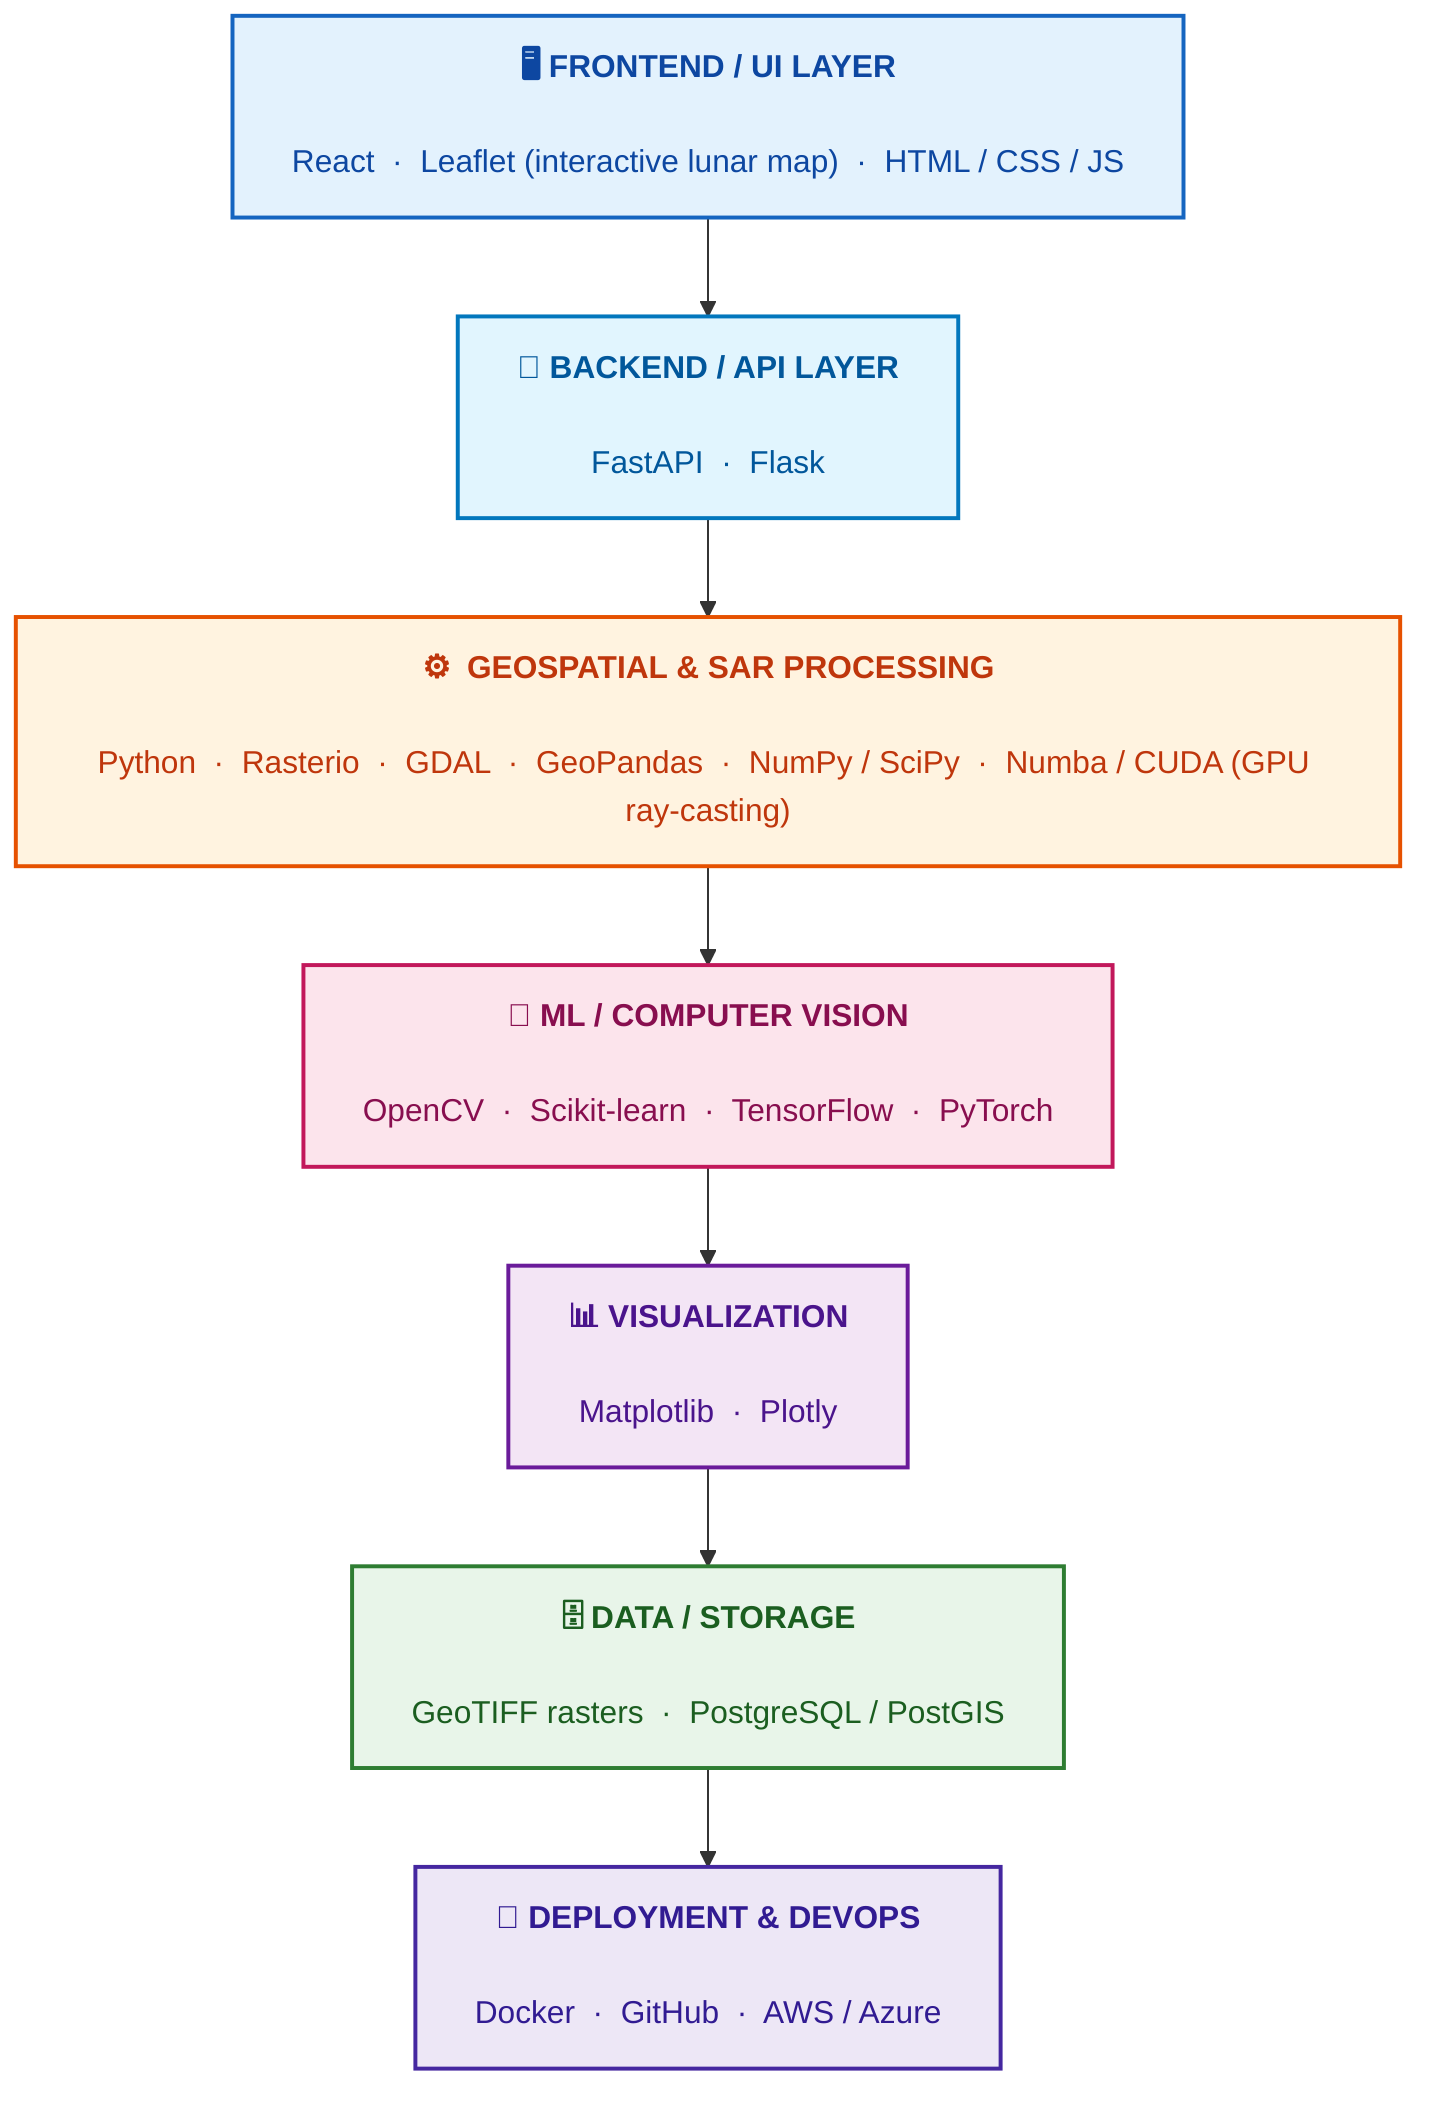
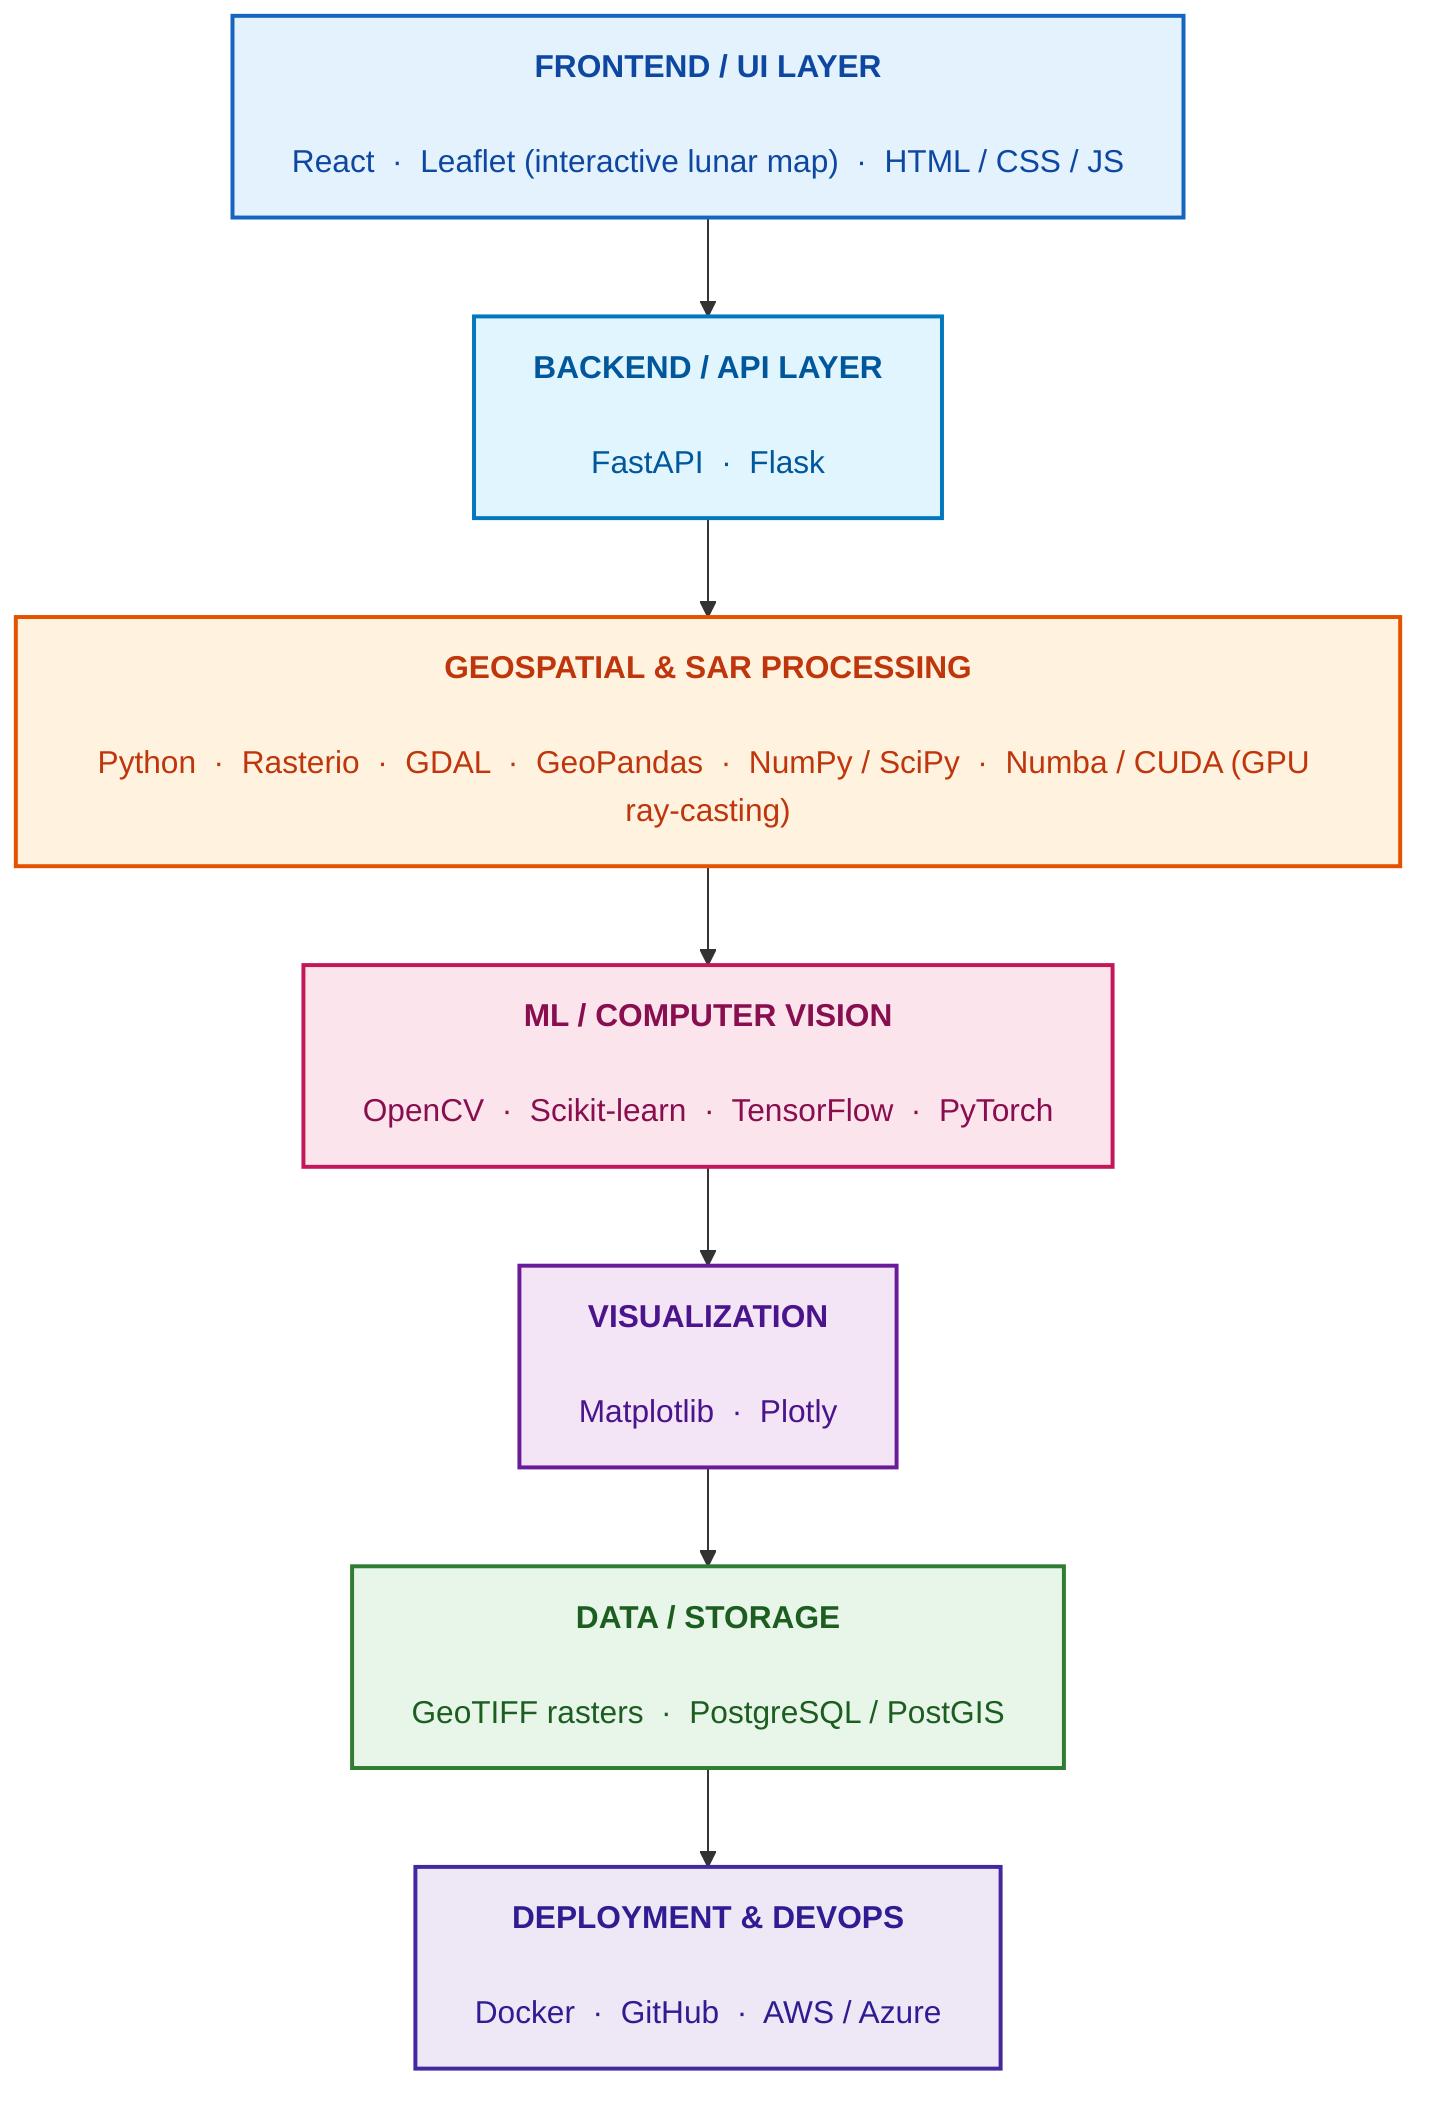
%%{init: {'flowchart': {'wrappingWidth': 640}}}%%
flowchart TB
-     FE["<b>🖥️  FRONTEND / UI LAYER</b><br/><br/>React &nbsp;·&nbsp; Leaflet (interactive lunar map) &nbsp;·&nbsp; HTML / CSS / JS"]
-     API["<b>🔌  BACKEND / API LAYER</b><br/><br/>FastAPI &nbsp;·&nbsp; Flask"]
-     PROC["<b>⚙️  GEOSPATIAL & SAR PROCESSING</b><br/><br/>Python &nbsp;·&nbsp; Rasterio &nbsp;·&nbsp; GDAL &nbsp;·&nbsp; GeoPandas &nbsp;·&nbsp; NumPy / SciPy &nbsp;·&nbsp; Numba / CUDA (GPU ray-casting)"]
-     MLV["<b>🤖  ML / COMPUTER VISION</b><br/><br/>OpenCV &nbsp;·&nbsp; Scikit-learn &nbsp;·&nbsp; TensorFlow &nbsp;·&nbsp; PyTorch"]
-     VIZ["<b>📊  VISUALIZATION</b><br/><br/>Matplotlib &nbsp;·&nbsp; Plotly"]
-     DATA["<b>🗄️  DATA / STORAGE</b><br/><br/>GeoTIFF rasters &nbsp;·&nbsp; PostgreSQL / PostGIS"]
-     DEP["<b>🚀  DEPLOYMENT & DEVOPS</b><br/><br/>Docker &nbsp;·&nbsp; GitHub &nbsp;·&nbsp; AWS / Azure"]
+     FE["<b>FRONTEND / UI LAYER</b><br/><br/>React &nbsp;·&nbsp; Leaflet (interactive lunar map) &nbsp;·&nbsp; HTML / CSS / JS"]
+     API["<b>BACKEND / API LAYER</b><br/><br/>FastAPI &nbsp;·&nbsp; Flask"]
+     PROC["<b>GEOSPATIAL & SAR PROCESSING</b><br/><br/>Python &nbsp;·&nbsp; Rasterio &nbsp;·&nbsp; GDAL &nbsp;·&nbsp; GeoPandas &nbsp;·&nbsp; NumPy / SciPy &nbsp;·&nbsp; Numba / CUDA (GPU ray-casting)"]
+     MLV["<b>ML / COMPUTER VISION</b><br/><br/>OpenCV &nbsp;·&nbsp; Scikit-learn &nbsp;·&nbsp; TensorFlow &nbsp;·&nbsp; PyTorch"]
+     VIZ["<b>VISUALIZATION</b><br/><br/>Matplotlib &nbsp;·&nbsp; Plotly"]
+     DATA["<b>DATA / STORAGE</b><br/><br/>GeoTIFF rasters &nbsp;·&nbsp; PostgreSQL / PostGIS"]
+     DEP["<b>DEPLOYMENT & DEVOPS</b><br/><br/>Docker &nbsp;·&nbsp; GitHub &nbsp;·&nbsp; AWS / Azure"]

    FE --> API --> PROC --> MLV --> VIZ --> DATA --> DEP

    classDef fe fill:#e3f2fd,stroke:#1565c0,color:#0d47a1,stroke-width:2px;
    classDef api fill:#e1f5fe,stroke:#0277bd,color:#01579b,stroke-width:2px;
    classDef proc fill:#fff3e0,stroke:#e65100,color:#bf360c,stroke-width:2px;
    classDef ml fill:#fce4ec,stroke:#c2185b,color:#880e4f,stroke-width:2px;
    classDef viz fill:#f3e5f5,stroke:#6a1b9a,color:#4a148c,stroke-width:2px;
    classDef data fill:#e8f5e9,stroke:#2e7d32,color:#1b5e20,stroke-width:2px;
    classDef dep fill:#ede7f6,stroke:#4527a0,color:#311b92,stroke-width:2px;
    class FE fe;
    class API api;
    class PROC proc;
    class MLV ml;
    class VIZ viz;
    class DATA data;
    class DEP dep;
